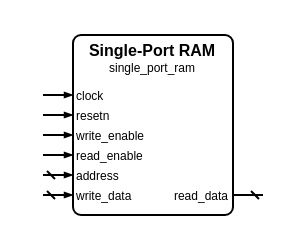
Earlier version of the draw.io diagram sources/memory/single_port_ram/single_port_ram.symbol.drawio (Louis-DR/OmniCores-BuildingBlocks). Source tidied: cells renumbered, new cells numbered last; positions are measured from the earlier drawing's top-left corner, leaving out a move shared by most shapes. Both pictures are drawn from the tidied source at 200%, with x=0, y=0 at pixel (42, 34).
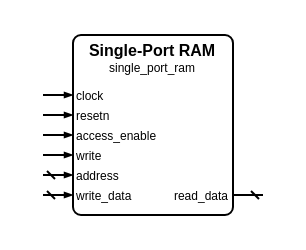
The same diagram, later.

Commit message (it also covers changes not shown here):
[Change] Single-port RAM modified to have access_enable and write ports instead of write_enable and read_enable

The change refers to these unchanged cells:
```xml
<mxCell id="2" style="group;" parent="1" vertex="1">
  <mxGeometry width="110" height="90" as="geometry" />
</mxCell>
```

Change to the diagram source:
```diff
@@
-    <mxCell id="10" value="write_enable" style="text;html=1;align=left;verticalAlign=middle;whiteSpace=wrap;rounded=0;fontSize=6;fontStyle=0;fontColor=black;" parent="2" vertex="1">
-      <mxGeometry x="15" y="50" width="80" as="geometry" />
-    </mxCell>
-    <mxCell id="11" style="html=1;rounded=1;strokeWidth=1;strokeColor=black;startFill=0;startSize=2;startArrow=none;endFill=1;endSize=2;endArrow=blockThin;sourcePerimeterSpacing=0;" parent="2" edge="1">
-      <mxGeometry relative="1" as="geometry">
-        <mxPoint y="50" as="sourcePoint" />
-        <mxPoint x="15" y="50" as="targetPoint" />
-      </mxGeometry>
-    </mxCell>
-    <mxCell id="12" value="read_enable" style="text;html=1;align=left;verticalAlign=middle;whiteSpace=wrap;rounded=0;fontSize=6;fontStyle=0;fontColor=black;" parent="2" vertex="1">
-      <mxGeometry x="15" y="60" width="80" as="geometry" />
-    </mxCell>
-    <mxCell id="13" style="html=1;rounded=1;strokeWidth=1;strokeColor=black;startFill=0;startSize=2;startArrow=none;endFill=1;endSize=2;endArrow=blockThin;sourcePerimeterSpacing=0;" parent="2" edge="1">
-      <mxGeometry relative="1" as="geometry">
-        <mxPoint y="60" as="sourcePoint" />
-        <mxPoint x="15" y="60" as="targetPoint" />
-      </mxGeometry>
-    </mxCell>
+    <mxCell id="20" value="access_enable" style="text;html=1;align=left;verticalAlign=middle;whiteSpace=wrap;rounded=0;fontSize=6;fontStyle=0;fontColor=black;" parent="2" vertex="1">
+      <mxGeometry x="15" y="50" width="80" as="geometry" />
+    </mxCell>
+    <mxCell id="21" style="html=1;rounded=1;strokeWidth=1;strokeColor=black;startFill=0;startSize=2;startArrow=none;endFill=1;endSize=2;endArrow=blockThin;sourcePerimeterSpacing=0;" parent="2" edge="1">
+      <mxGeometry relative="1" as="geometry">
+        <mxPoint y="50" as="sourcePoint" />
+        <mxPoint x="15" y="50" as="targetPoint" />
+      </mxGeometry>
+    </mxCell>
+    <mxCell id="22" value="write" style="text;html=1;align=left;verticalAlign=middle;whiteSpace=wrap;rounded=0;fontSize=6;fontStyle=0;fontColor=black;" parent="2" vertex="1">
+      <mxGeometry x="15" y="60" width="80" as="geometry" />
+    </mxCell>
+    <mxCell id="23" style="html=1;rounded=1;strokeWidth=1;strokeColor=black;startFill=0;startSize=2;startArrow=none;endFill=1;endSize=2;endArrow=blockThin;sourcePerimeterSpacing=0;" parent="2" edge="1">
+      <mxGeometry relative="1" as="geometry">
+        <mxPoint y="60" as="sourcePoint" />
+        <mxPoint x="15" y="60" as="targetPoint" />
+      </mxGeometry>
+    </mxCell>
```
